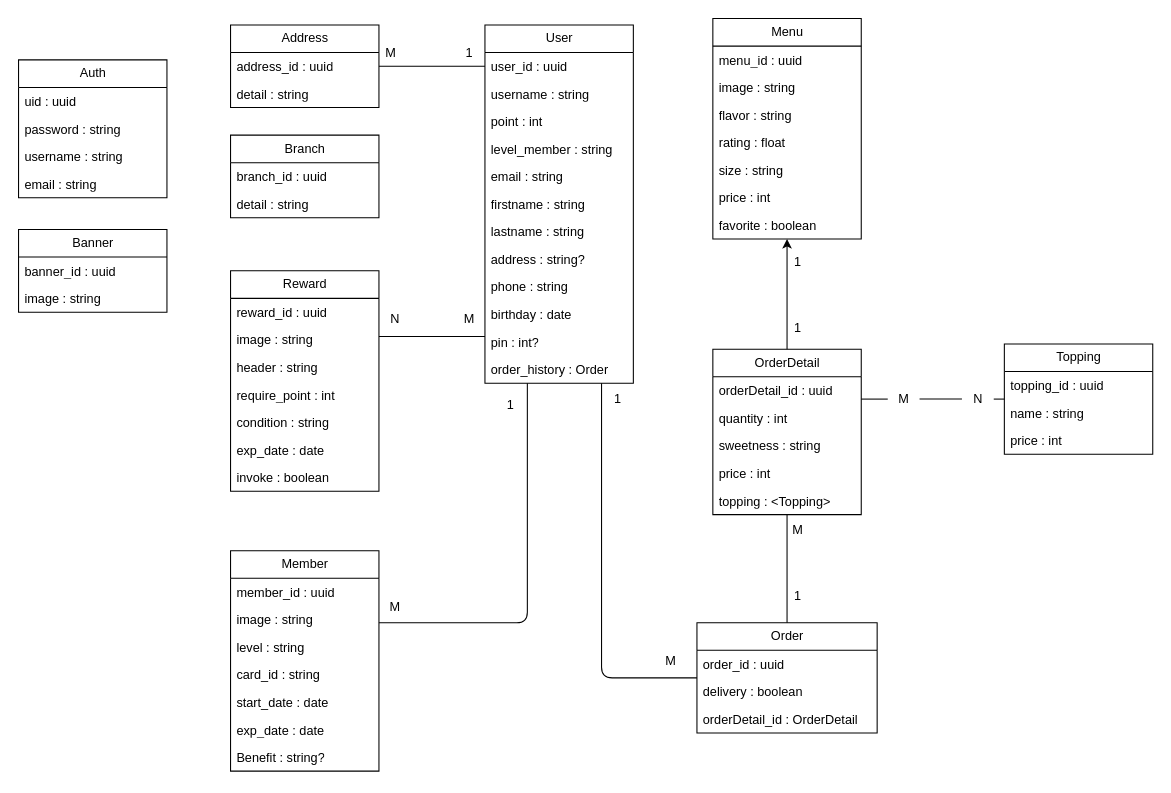
This is diagram/shakey.drawio from TenNatthaphong/shakey_backend, a draw.io file, before an edit. Source tidied: cells renumbered, new cells numbered last; positions are measured from the earlier drawing's top-left corner, leaving out a move shared by most shapes. Both pictures are drawn from the tidied source at 106%, with x=0, y=0 at pixel (18, 18).
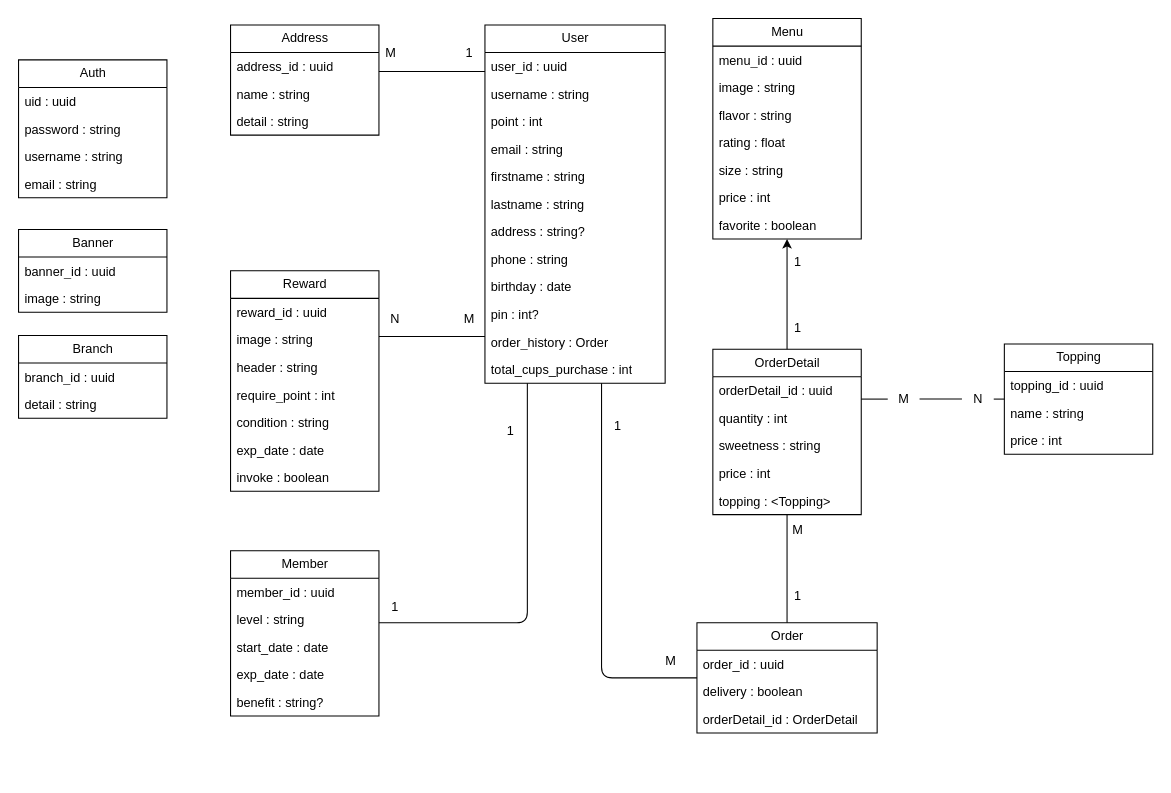
Above is the later version.

Commit message (it also covers changes not shown here):
Topping clear! create Member,Menu module

Change to the diagram source:
```diff
@@
-    <mxCell id="7" style="edgeStyle=orthogonalEdgeStyle;html=1;endArrow=none;endFill=0;" parent="1" edge="1" source="10" target="32">
+    <mxCell id="7" style="edgeStyle=orthogonalEdgeStyle;html=1;endArrow=none;endFill=0;" parent="1" edge="1" source="10" target="31">
       <mxGeometry relative="1" as="geometry">
         <Array as="points">
-          <mxPoint x="420" y="45" />
-          <mxPoint x="420" y="45" />
+          <mxPoint x="370" y="50" />
+          <mxPoint x="370" y="50" />
         </Array>
       </mxGeometry>
     </mxCell>
@@
     <mxCell id="10" value="User" style="swimlane;fontStyle=0;horizontal=1;startSize=26;fillColor=none;html=1;rounded=0;strokeColor=default;" parent="1" vertex="1">
-      <mxGeometry x="440" y="6" width="140" height="338" as="geometry" />
+      <mxGeometry x="440" y="6" width="170" height="338" as="geometry" />
     </mxCell>
     <mxCell id="11" value="user_id : uuid" style="text;strokeColor=none;fillColor=none;align=left;verticalAlign=top;spacingLeft=4;spacingRight=4;overflow=hidden;whiteSpace=wrap;html=1;rounded=0;" parent="10" vertex="1">
-      <mxGeometry y="26" width="140" height="26" as="geometry" />
+      <mxGeometry y="26" width="170" height="26" as="geometry" />
     </mxCell>
     <mxCell id="12" value="username : string" style="text;strokeColor=none;fillColor=none;align=left;verticalAlign=top;spacingLeft=4;spacingRight=4;overflow=hidden;whiteSpace=wrap;html=1;rounded=0;" parent="10" vertex="1">
-      <mxGeometry y="52" width="140" height="26" as="geometry" />
+      <mxGeometry y="52" width="170" height="26" as="geometry" />
     </mxCell>
     <mxCell id="13" value="point : int" style="text;strokeColor=none;fillColor=none;align=left;verticalAlign=top;spacingLeft=4;spacingRight=4;overflow=hidden;whiteSpace=wrap;html=1;rounded=0;" parent="10" vertex="1">
-      <mxGeometry y="78" width="140" height="26" as="geometry" />
+      <mxGeometry y="78" width="170" height="26" as="geometry" />
     </mxCell>
-    <mxCell id="14" value="level_member : string" style="text;strokeColor=none;fillColor=none;align=left;verticalAlign=top;spacingLeft=4;spacingRight=4;overflow=hidden;whiteSpace=wrap;html=1;rounded=0;" parent="10" vertex="1">
-      <mxGeometry y="104" width="140" height="26" as="geometry" />
-    </mxCell>
     <mxCell id="15" value="email : string" style="text;strokeColor=none;fillColor=none;align=left;verticalAlign=top;spacingLeft=4;spacingRight=4;overflow=hidden;whiteSpace=wrap;html=1;rounded=0;" parent="10" vertex="1">
-      <mxGeometry y="130" width="140" height="26" as="geometry" />
+      <mxGeometry y="104" width="170" height="26" as="geometry" />
     </mxCell>
     <mxCell id="16" value="firstname : string" style="text;strokeColor=none;fillColor=none;align=left;verticalAlign=top;spacingLeft=4;spacingRight=4;overflow=hidden;whiteSpace=wrap;html=1;rounded=0;" parent="10" vertex="1">
-      <mxGeometry y="156" width="140" height="26" as="geometry" />
+      <mxGeometry y="130" width="170" height="26" as="geometry" />
     </mxCell>
     <mxCell id="17" value="lastname : string" style="text;strokeColor=none;fillColor=none;align=left;verticalAlign=top;spacingLeft=4;spacingRight=4;overflow=hidden;whiteSpace=wrap;html=1;rounded=0;" parent="10" vertex="1">
-      <mxGeometry y="182" width="140" height="26" as="geometry" />
+      <mxGeometry y="156" width="170" height="26" as="geometry" />
     </mxCell>
     <mxCell id="18" value="address : string?" style="text;strokeColor=none;fillColor=none;align=left;verticalAlign=top;spacingLeft=4;spacingRight=4;overflow=hidden;whiteSpace=wrap;html=1;rounded=0;" parent="10" vertex="1">
-      <mxGeometry y="208" width="140" height="26" as="geometry" />
+      <mxGeometry y="182" width="170" height="26" as="geometry" />
     </mxCell>
     <mxCell id="19" value="phone : string" style="text;strokeColor=none;fillColor=none;align=left;verticalAlign=top;spacingLeft=4;spacingRight=4;overflow=hidden;whiteSpace=wrap;html=1;rounded=0;" parent="10" vertex="1">
-      <mxGeometry y="234" width="140" height="26" as="geometry" />
+      <mxGeometry y="208" width="170" height="26" as="geometry" />
     </mxCell>
     <mxCell id="20" value="birthday : date" style="text;strokeColor=none;fillColor=none;align=left;verticalAlign=top;spacingLeft=4;spacingRight=4;overflow=hidden;whiteSpace=wrap;html=1;rounded=0;" parent="10" vertex="1">
-      <mxGeometry y="260" width="140" height="26" as="geometry" />
+      <mxGeometry y="234" width="170" height="26" as="geometry" />
     </mxCell>
     <mxCell id="21" value="pin : int?" style="text;strokeColor=none;fillColor=none;align=left;verticalAlign=top;spacingLeft=4;spacingRight=4;overflow=hidden;whiteSpace=wrap;html=1;rounded=0;" parent="10" vertex="1">
-      <mxGeometry y="286" width="140" height="26" as="geometry" />
+      <mxGeometry y="260" width="170" height="26" as="geometry" />
     </mxCell>
     <mxCell id="22" value="order_history : Order" style="text;strokeColor=none;fillColor=none;align=left;verticalAlign=top;spacingLeft=4;spacingRight=4;overflow=hidden;whiteSpace=wrap;html=1;rounded=0;" parent="10" vertex="1">
-      <mxGeometry y="312" width="140" height="26" as="geometry" />
+      <mxGeometry y="286" width="170" height="26" as="geometry" />
     </mxCell>
+    <mxCell id="90" value="total_cups_purchase : int" style="text;strokeColor=none;fillColor=none;align=left;verticalAlign=top;spacingLeft=4;spacingRight=4;overflow=hidden;whiteSpace=wrap;html=1;rounded=0;" parent="10" vertex="1">
+      <mxGeometry y="312" width="170" height="26" as="geometry" />
+    </mxCell>
@@
     <mxCell id="31" value="Address" style="swimlane;fontStyle=0;horizontal=1;startSize=26;fillColor=none;html=1;rounded=0;strokeColor=default;" parent="1" vertex="1">
-      <mxGeometry x="200" y="6" width="140" height="78" as="geometry" />
+      <mxGeometry x="200" y="6" width="140" height="104" as="geometry" />
     </mxCell>
+    <mxCell id="91" value="address_id : uuid" style="text;strokeColor=none;fillColor=none;align=left;verticalAlign=top;spacingLeft=4;spacingRight=4;overflow=hidden;whiteSpace=wrap;html=1;rounded=0;" parent="31" vertex="1">
+      <mxGeometry y="26" width="140" height="26" as="geometry" />
+    </mxCell>
-    <mxCell id="32" value="address_id : uuid" style="text;strokeColor=none;fillColor=none;align=left;verticalAlign=top;spacingLeft=4;spacingRight=4;overflow=hidden;points=[[0,0.5],[1,0.5]];portConstraint=eastwest;whiteSpace=wrap;html=1;rounded=0;" parent="31" vertex="1">
-      <mxGeometry y="26" width="140" height="26" as="geometry" />
+    <mxCell id="32" value="name : string" style="text;strokeColor=none;fillColor=none;align=left;verticalAlign=top;spacingLeft=4;spacingRight=4;overflow=hidden;points=[[0,0.5],[1,0.5]];portConstraint=eastwest;whiteSpace=wrap;html=1;rounded=0;" parent="31" vertex="1">
+      <mxGeometry y="52" width="140" height="26" as="geometry" />
     </mxCell>
     <mxCell id="33" value="detail : string" style="text;strokeColor=none;fillColor=none;align=left;verticalAlign=top;spacingLeft=4;spacingRight=4;overflow=hidden;whiteSpace=wrap;html=1;rounded=0;" parent="31" vertex="1">
-      <mxGeometry y="52" width="140" height="26" as="geometry" />
+      <mxGeometry y="78" width="140" height="26" as="geometry" />
     </mxCell>
     <mxCell id="34" value="Member" style="swimlane;fontStyle=0;horizontal=1;startSize=26;fillColor=none;html=1;rounded=0;strokeColor=default;" parent="1" vertex="1">
-      <mxGeometry x="200" y="502" width="140" height="208" as="geometry" />
+      <mxGeometry x="200" y="502" width="140" height="156" as="geometry" />
     </mxCell>
@@
-    <mxCell id="36" value="image : string" style="text;strokeColor=none;fillColor=none;align=left;verticalAlign=top;spacingLeft=4;spacingRight=4;overflow=hidden;whiteSpace=wrap;html=1;rounded=0;" parent="34" vertex="1">
-      <mxGeometry y="52" width="140" height="26" as="geometry" />
-    </mxCell>
     <mxCell id="37" value="level : string" style="text;strokeColor=none;fillColor=none;align=left;verticalAlign=top;spacingLeft=4;spacingRight=4;overflow=hidden;whiteSpace=wrap;html=1;rounded=0;" parent="34" vertex="1">
-      <mxGeometry y="78" width="140" height="26" as="geometry" />
+      <mxGeometry y="52" width="140" height="26" as="geometry" />
     </mxCell>
-    <mxCell id="38" value="card_id : string" style="text;strokeColor=none;fillColor=none;align=left;verticalAlign=top;spacingLeft=4;spacingRight=4;overflow=hidden;whiteSpace=wrap;html=1;rounded=0;" parent="34" vertex="1">
-      <mxGeometry y="104" width="140" height="26" as="geometry" />
-    </mxCell>
     <mxCell id="39" value="start_date : date" style="text;strokeColor=none;fillColor=none;align=left;verticalAlign=top;spacingLeft=4;spacingRight=4;overflow=hidden;whiteSpace=wrap;html=1;rounded=0;" parent="34" vertex="1">
-      <mxGeometry y="130" width="140" height="26" as="geometry" />
+      <mxGeometry y="78" width="140" height="26" as="geometry" />
     </mxCell>
     <mxCell id="40" value="exp_date : date" style="text;strokeColor=none;fillColor=none;align=left;verticalAlign=top;spacingLeft=4;spacingRight=4;overflow=hidden;whiteSpace=wrap;html=1;rounded=0;" parent="34" vertex="1">
-      <mxGeometry y="156" width="140" height="26" as="geometry" />
+      <mxGeometry y="104" width="140" height="26" as="geometry" />
     </mxCell>
-    <mxCell id="41" value="Benefit : string?" style="text;strokeColor=none;fillColor=none;align=left;verticalAlign=top;spacingLeft=4;spacingRight=4;overflow=hidden;whiteSpace=wrap;html=1;rounded=0;" parent="34" vertex="1">
-      <mxGeometry y="182" width="140" height="26" as="geometry" />
+    <mxCell id="41" value="benefit : string?" style="text;strokeColor=none;fillColor=none;align=left;verticalAlign=top;spacingLeft=4;spacingRight=4;overflow=hidden;whiteSpace=wrap;html=1;rounded=0;" parent="34" vertex="1">
+      <mxGeometry y="130" width="140" height="26" as="geometry" />
     </mxCell>
     <mxCell id="42" value="Branch" style="swimlane;fontStyle=0;horizontal=1;startSize=26;fillColor=none;html=1;rounded=0;strokeColor=default;" parent="1" vertex="1">
-      <mxGeometry x="200" y="110" width="140" height="78" as="geometry" />
+      <mxGeometry y="299" width="140" height="78" as="geometry" />
     </mxCell>
@@
     <mxCell id="84" value="1" style="text;html=1;align=center;verticalAlign=middle;strokeColor=none;fillColor=none;" parent="1" vertex="1">
-      <mxGeometry x="550" y="344" width="30" height="30" as="geometry" />
+      <mxGeometry x="550" y="370" width="30" height="30" as="geometry" />
     </mxCell>
@@
     <mxCell id="88" value="1" style="text;html=1;align=center;verticalAlign=middle;strokeColor=none;fillColor=none;" parent="1" vertex="1">
-      <mxGeometry x="449" y="350" width="30" height="30" as="geometry" />
+      <mxGeometry x="449" y="374" width="30" height="30" as="geometry" />
     </mxCell>
-    <mxCell id="89" value="M" style="text;html=1;align=center;verticalAlign=middle;strokeColor=none;fillColor=none;" parent="1" vertex="1">
+    <mxCell id="89" value="1" style="text;html=1;align=center;verticalAlign=middle;strokeColor=none;fillColor=none;" parent="1" vertex="1">
       <mxGeometry x="340" y="540" width="30" height="30" as="geometry" />
     </mxCell>
```
